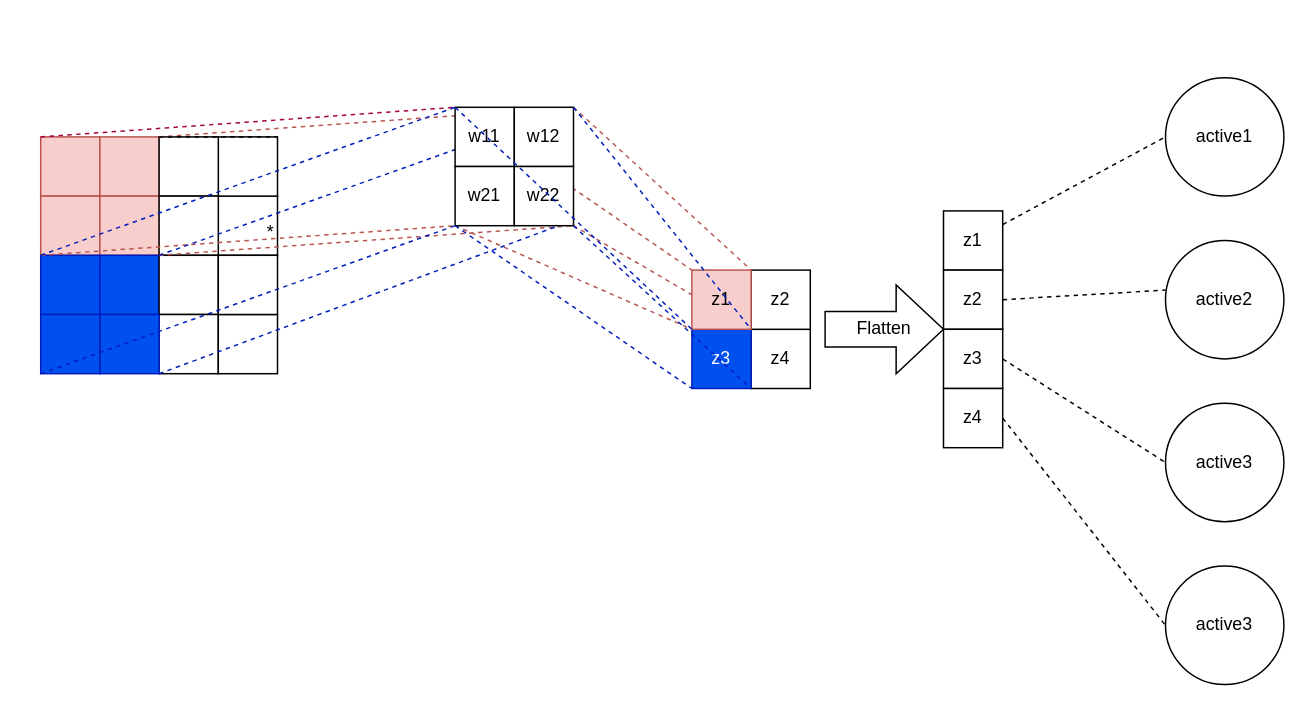
The draw.io diagram Deep Learning/cnn.drawio in tomisagoodcat/IRM_class, before the edit. Source tidied: cells renumbered, new cells numbered last; positions are measured from the earlier drawing's top-left corner, leaving out a move shared by most shapes. Both pictures are drawn from the tidied source at 148%, with x=0, y=0 at pixel (40, 77).
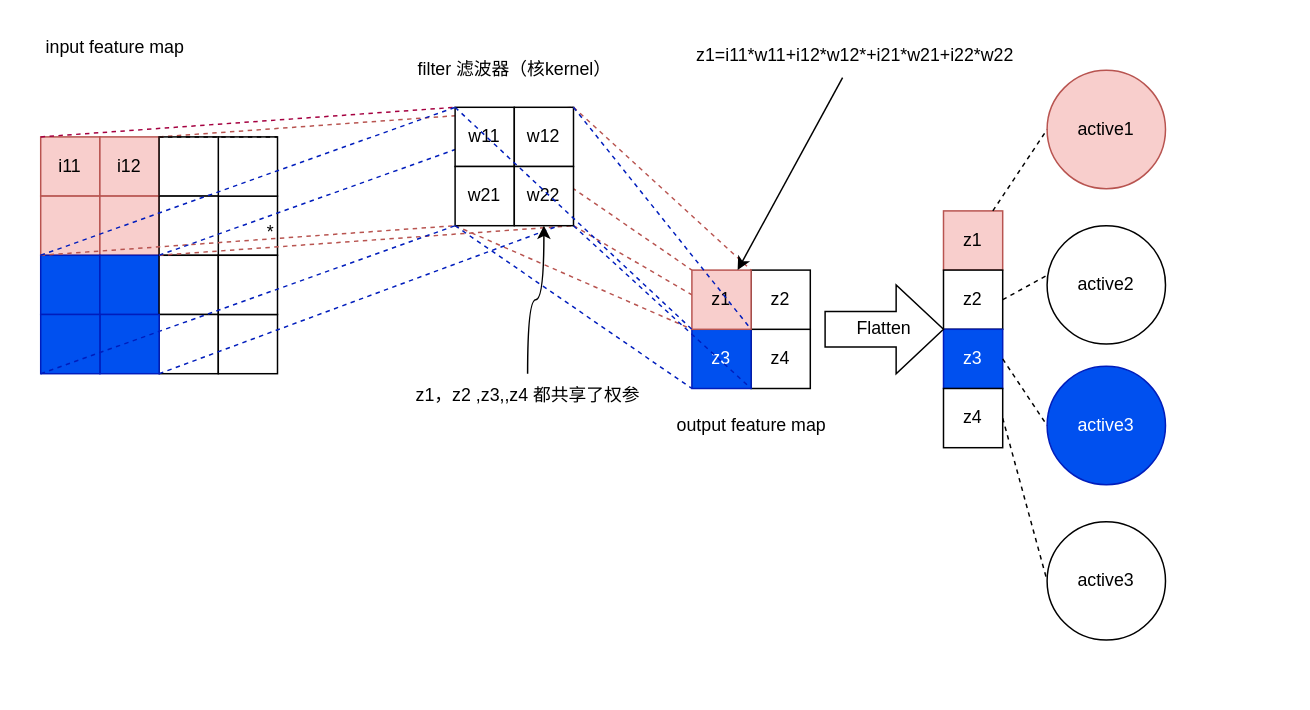
After the change.

The change refers to these unchanged cells:
```xml
<mxCell id="31" value="z1" style="whiteSpace=wrap;html=1;fillColor=#f8cecc;strokeColor=#b85450;" parent="1" vertex="1">
  <mxGeometry x="440" y="130" width="40" height="40" as="geometry" />
</mxCell>
<mxCell id="46" value="w22" style="whiteSpace=wrap;html=1;fillStyle=solid;" parent="41" vertex="1">
  <mxGeometry x="40" y="40" width="40" height="40" as="geometry" />
</mxCell>
```

The edit, as a diff of the source:
```diff
@@
-    <mxCell id="4" value="&amp;nbsp;" style="whiteSpace=wrap;html=1;fillColor=#f8cecc;strokeColor=#b85450;" parent="1" vertex="1">
+    <mxCell id="4" value="i11" style="whiteSpace=wrap;html=1;fillColor=#f8cecc;strokeColor=#b85450;" parent="1" vertex="1">
       <mxGeometry y="40" width="40" height="40" as="geometry" />
     </mxCell>
-    <mxCell id="5" style="whiteSpace=wrap;html=1;fillColor=#f8cecc;strokeColor=#b85450;" parent="1" vertex="1">
+    <mxCell id="5" value="i12" style="whiteSpace=wrap;html=1;fillColor=#f8cecc;strokeColor=#b85450;" parent="1" vertex="1">
       <mxGeometry x="40" y="40" width="40" height="40" as="geometry" />
     </mxCell>
@@
-    <mxCell id="14" value="active1" style="ellipse;whiteSpace=wrap;html=1;" parent="1" vertex="1">
-      <mxGeometry x="760" width="80" height="80" as="geometry" />
+    <mxCell id="14" value="active1" style="ellipse;whiteSpace=wrap;html=1;fillColor=#f8cecc;strokeColor=#b85450;" parent="1" vertex="1">
+      <mxGeometry x="680" y="-5" width="80" height="80" as="geometry" />
     </mxCell>
     <mxCell id="15" value="active2" style="ellipse;whiteSpace=wrap;html=1;" parent="1" vertex="1">
-      <mxGeometry x="760" y="110" width="80" height="80" as="geometry" />
+      <mxGeometry x="680" y="100" width="80" height="80" as="geometry" />
     </mxCell>
-    <mxCell id="16" value="active3" style="ellipse;whiteSpace=wrap;html=1;" parent="1" vertex="1">
-      <mxGeometry x="760" y="220" width="80" height="80" as="geometry" />
+    <mxCell id="16" value="active3" style="ellipse;whiteSpace=wrap;html=1;fillColor=#0050ef;fontColor=#ffffff;strokeColor=#001DBC;" parent="1" vertex="1">
+      <mxGeometry x="680" y="195" width="80" height="80" as="geometry" />
     </mxCell>
-    <mxCell id="17" value="z1" style="whiteSpace=wrap;html=1;" parent="1" vertex="1">
+    <mxCell id="17" value="z1" style="whiteSpace=wrap;html=1;fillColor=#f8cecc;strokeColor=#b85450;" parent="1" vertex="1">
       <mxGeometry x="610" y="90" width="40" height="40" as="geometry" />
     </mxCell>
@@
-    <mxCell id="19" value="z3" style="whiteSpace=wrap;html=1;" parent="1" vertex="1">
+    <mxCell id="19" value="z3" style="whiteSpace=wrap;html=1;fillColor=#0050ef;fontColor=#ffffff;strokeColor=#001DBC;" parent="1" vertex="1">
       <mxGeometry x="610" y="170" width="40" height="40" as="geometry" />
     </mxCell>
@@
     <mxCell id="56" value="active3" style="ellipse;whiteSpace=wrap;html=1;" parent="1" vertex="1">
-      <mxGeometry x="760" y="330" width="80" height="80" as="geometry" />
+      <mxGeometry x="680" y="300" width="80" height="80" as="geometry" />
     </mxCell>
@@
+    <mxCell id="58" value="filter 滤波器（核kernel）" style="text;html=1;align=center;verticalAlign=middle;strokeColor=none;fillColor=none;" parent="1" vertex="1">
+      <mxGeometry x="245" y="-20" width="150" height="30" as="geometry" />
+    </mxCell>
+    <mxCell id="59" value="z1=i11*w11+i12*w12*+i21*w21+i22*w22" style="text;html=1;align=center;verticalAlign=middle;points=[];strokeColor=none;fillColor=none;" parent="1" vertex="1">
+      <mxGeometry x="430" y="-30" width="240" height="30" as="geometry" />
+    </mxCell>
+    <mxCell id="60" value="input feature map" style="text;html=1;align=center;verticalAlign=middle;strokeColor=none;fillColor=none;" parent="1" vertex="1">
+      <mxGeometry x="-10" y="-35" width="120" height="30" as="geometry" />
+    </mxCell>
+    <mxCell id="61" style="endArrow=classic;html=1;rounded=0;" parent="1" edge="1" source="59" target="31">
+      <mxGeometry relative="1" as="geometry" />
+    </mxCell>
+    <mxCell id="62" value="output feature map" style="text;html=1;align=center;verticalAlign=middle;strokeColor=none;fillColor=none;" parent="1" vertex="1">
+      <mxGeometry x="420" y="220" width="120" height="30" as="geometry" />
+    </mxCell>
+    <mxCell id="63" style="edgeStyle=orthogonalEdgeStyle;rounded=0;jettySize=auto;html=1;elbow=vertical;curved=1;" parent="1" edge="1" source="64" target="46">
+      <mxGeometry relative="1" as="geometry" />
+    </mxCell>
+    <mxCell id="64" value="z1，z2 ,z3,,z4 都共享了权参" style="text;html=1;align=center;verticalAlign=middle;points=[];strokeColor=none;fillColor=none;" parent="1" vertex="1">
+      <mxGeometry x="244" y="200" width="170" height="30" as="geometry" />
+    </mxCell>
```
